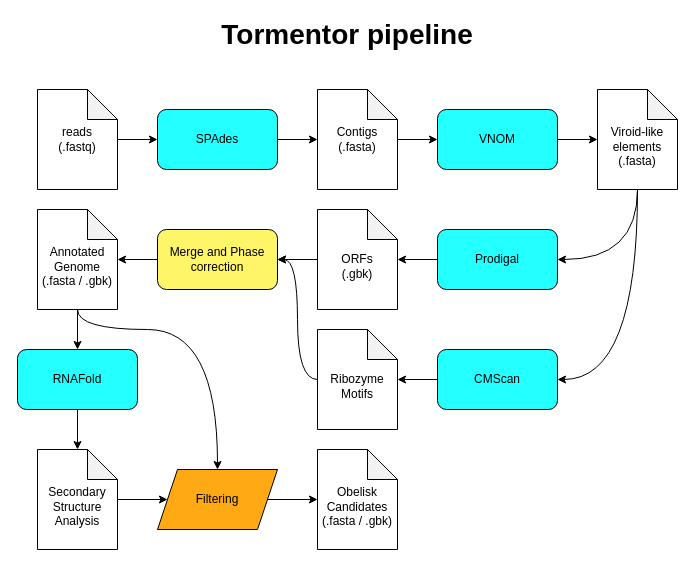
Earlier version of the draw.io diagram assets/workflow.drawio (sutormin94/tormentor_se). Source tidied: cells renumbered, new cells numbered last; positions are measured from the earlier drawing's top-left corner, leaving out a move shared by most shapes. Both pictures are drawn from the tidied source at 100%, with x=0, y=0 at pixel (17, 19).
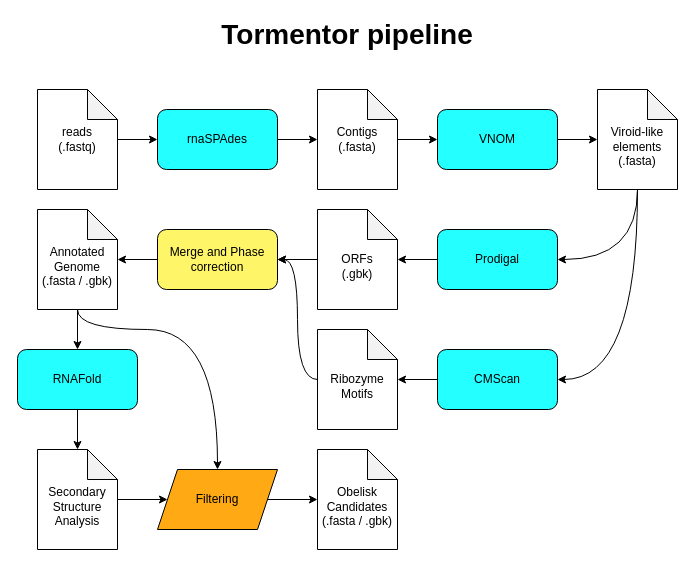
The same page after the edit.

Change to the diagram source:
```diff
@@
-    <mxCell id="2" value="SPAdes" style="rounded=1;whiteSpace=wrap;html=1;fillColor=#24FFFF;" parent="1" vertex="1">
+    <mxCell id="2" value="rnaSPAdes" style="rounded=1;whiteSpace=wrap;html=1;fillColor=#24FFFF;" parent="1" vertex="1">
       <mxGeometry x="140" y="90" width="120" height="60" as="geometry" />
     </mxCell>
```
